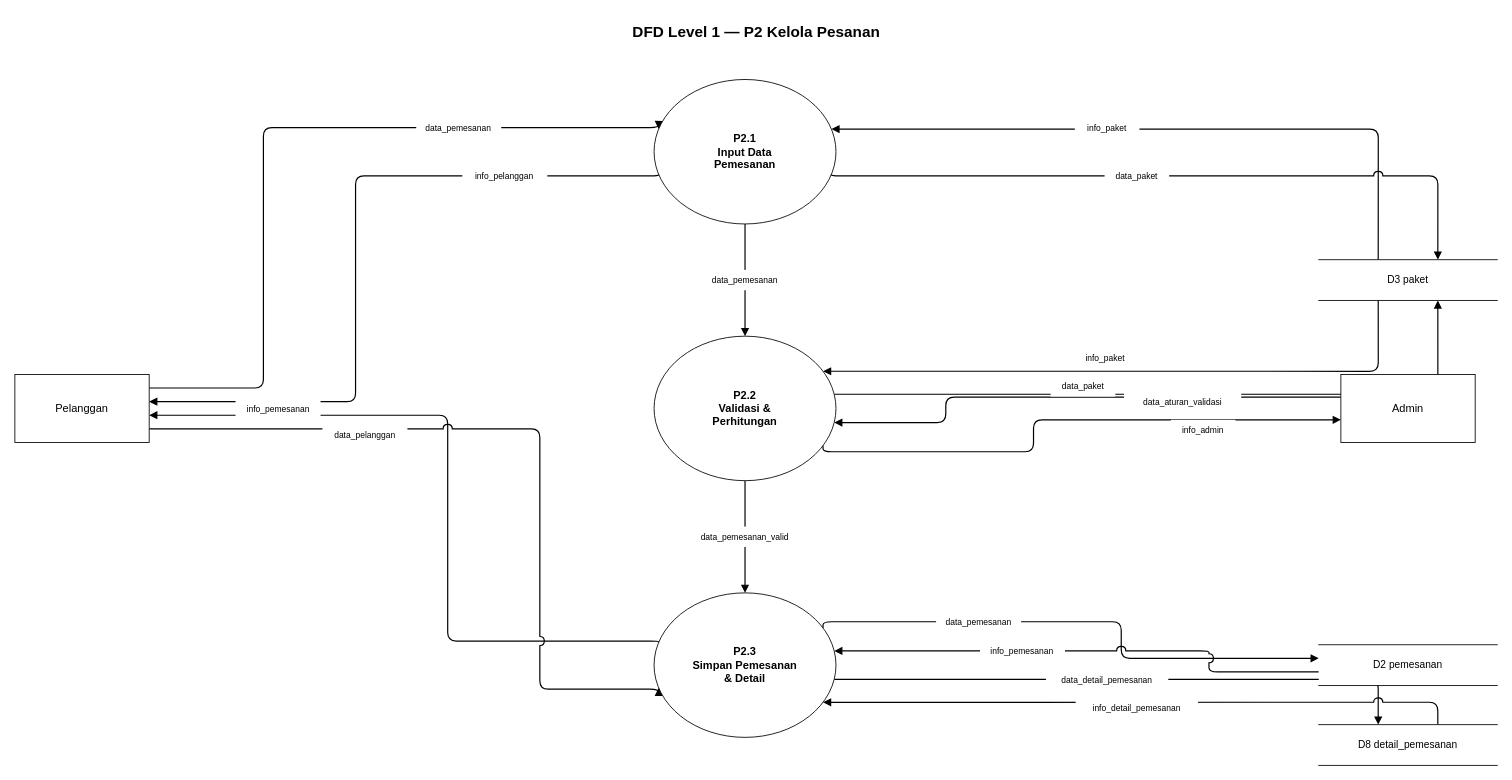
Earlier version of the draw.io diagram generated/dfd_level1_P2.drawio (ryuken25/diagrams). Source tidied: cells renumbered, new cells numbered last; positions are measured from the earlier drawing's top-left corner, leaving out a move shared by most shapes. Both pictures are drawn from the tidied source at 85%, with x=0, y=0 at pixel (14, 14).
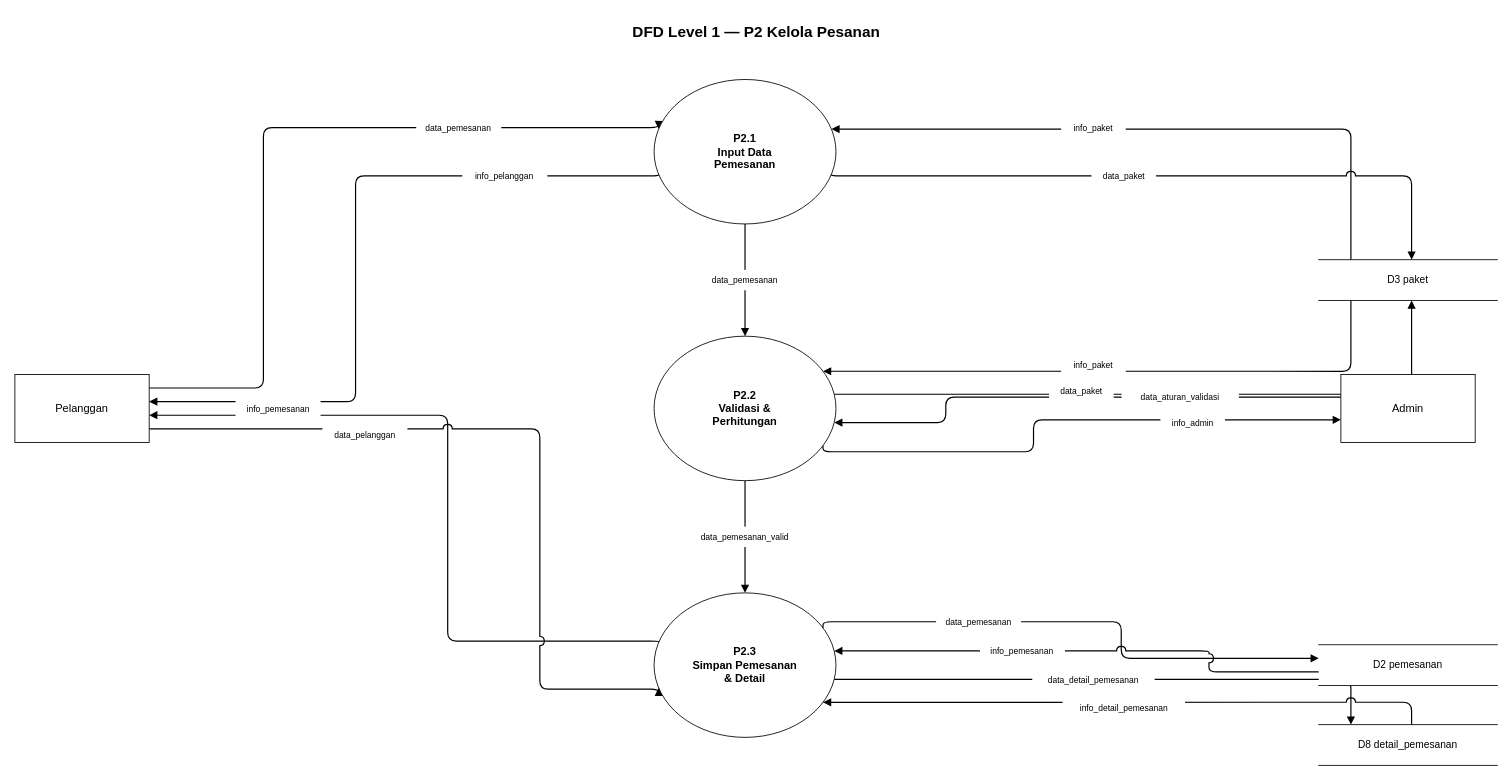
The same diagram, later.

Unchanged cells that the change refers to:
```xml
<mxCell id="18" value="P2.1&#10;Input Data&#10;Pemesanan" style="ellipse;whiteSpace=wrap;html=1;fillColor=#FFFFFF;strokeColor=#000000;fontSize=13;fontStyle=1;verticalAlign=middle;" parent="1" vertex="1">
  <mxGeometry x="752" y="76" width="214" height="170" as="geometry" />
</mxCell>
<mxCell id="19" value="P2.2&#10;Validasi &amp;&#10;Perhitungan" style="ellipse;whiteSpace=wrap;html=1;fillColor=#FFFFFF;strokeColor=#000000;fontSize=13;fontStyle=1;verticalAlign=middle;" parent="1" vertex="1">
  <mxGeometry x="752" y="378" width="214" height="170" as="geometry" />
</mxCell>
<mxCell id="20" value="P2.3&#10;Simpan Pemesanan&#10;&amp; Detail" style="ellipse;whiteSpace=wrap;html=1;fillColor=#FFFFFF;strokeColor=#000000;fontSize=13;fontStyle=1;verticalAlign=middle;" parent="1" vertex="1">
  <mxGeometry x="752" y="680" width="214" height="170" as="geometry" />
</mxCell>
<mxCell id="23" value="D3  paket" style="shape=partialRectangle;top=1;bottom=1;left=0;right=0;whiteSpace=wrap;html=1;fillColor=#FFFFFF;strokeColor=#000000;fontSize=12;align=center;" parent="1" vertex="1">
  <mxGeometry x="1534" y="288" width="210" height="48" as="geometry" />
</mxCell>
<mxCell id="25" value="D8  detail_pemesanan" style="shape=partialRectangle;top=1;bottom=1;left=0;right=0;whiteSpace=wrap;html=1;fillColor=#FFFFFF;strokeColor=#000000;fontSize=12;align=center;" parent="1" vertex="1">
  <mxGeometry x="1534" y="835" width="210" height="48" as="geometry" />
</mxCell>
```

The edit, as a diff of the source:
```diff
@@
-    <mxCell id="8" style="html=1;rounded=1;strokeColor=#000000;strokeWidth=1.4;endArrow=block;startArrow=none;jumpStyle=arc;jumpSize=10;edgeStyle=orthogonalEdgeStyle;exitX=0.333;exitY=0.000;entryX=1.000;entryY=0.333;exitDx=0;exitDy=0;entryDx=0;entryDy=0;" parent="1" edge="1" source="23" target="18">
+    <mxCell id="8" style="html=1;rounded=1;strokeColor=#000000;strokeWidth=1.4;endArrow=block;startArrow=none;jumpStyle=arc;jumpSize=10;edgeStyle=orthogonalEdgeStyle;exitX=0.180;exitY=0.000;entryX=1.000;entryY=0.333;exitDx=0;exitDy=0;entryDx=0;entryDy=0;" parent="1" edge="1" source="23" target="18">
       <mxGeometry relative="1" as="geometry">
         <Array as="points">
-          <mxPoint x="1604" y="288" />
-          <mxPoint x="1604" y="132.7" />
+          <mxPoint x="1571.8" y="288" />
+          <mxPoint x="1571.8" y="132.7" />
         </Array>
       </mxGeometry>
     </mxCell>
-    <mxCell id="9" style="html=1;rounded=1;strokeColor=#000000;strokeWidth=1.4;endArrow=block;startArrow=none;jumpStyle=arc;jumpSize=10;edgeStyle=orthogonalEdgeStyle;exitX=1.000;exitY=0.667;entryX=0.667;entryY=0.000;exitDx=0;exitDy=0;entryDx=0;entryDy=0;" parent="1" edge="1" source="18" target="23">
+    <mxCell id="9" style="html=1;rounded=1;strokeColor=#000000;strokeWidth=1.4;endArrow=block;startArrow=none;jumpStyle=arc;jumpSize=10;edgeStyle=orthogonalEdgeStyle;exitX=1.000;exitY=0.667;entryX=0.520;entryY=0.000;exitDx=0;exitDy=0;entryDx=0;entryDy=0;" parent="1" edge="1" source="18" target="23">
       <mxGeometry relative="1" as="geometry">
         <Array as="points">
-          <mxPoint x="1674" y="189.3" />
-          <mxPoint x="1674" y="288" />
+          <mxPoint x="1643.2" y="189.3" />
+          <mxPoint x="1643.2" y="288" />
         </Array>
       </mxGeometry>
     </mxCell>
-    <mxCell id="10" style="html=1;rounded=1;strokeColor=#000000;strokeWidth=1.4;endArrow=block;startArrow=none;jumpStyle=arc;jumpSize=10;edgeStyle=orthogonalEdgeStyle;exitX=0.333;exitY=1.000;entryX=1.000;entryY=0.200;exitDx=0;exitDy=0;entryDx=0;entryDy=0;" parent="1" edge="1" source="23" target="19">
+    <mxCell id="10" style="html=1;rounded=1;strokeColor=#000000;strokeWidth=1.4;endArrow=block;startArrow=none;jumpStyle=arc;jumpSize=10;edgeStyle=orthogonalEdgeStyle;exitX=0.180;exitY=1.000;entryX=1.000;entryY=0.200;exitDx=0;exitDy=0;entryDx=0;entryDy=0;" parent="1" edge="1" source="23" target="19">
       <mxGeometry relative="1" as="geometry">
         <Array as="points">
-          <mxPoint x="1604" y="336" />
-          <mxPoint x="1604" y="412" />
+          <mxPoint x="1571.8" y="336" />
+          <mxPoint x="1571.8" y="412" />
         </Array>
       </mxGeometry>
     </mxCell>
-    <mxCell id="11" style="html=1;rounded=1;strokeColor=#000000;strokeWidth=1.4;endArrow=block;startArrow=none;jumpStyle=arc;jumpSize=10;edgeStyle=orthogonalEdgeStyle;exitX=1.000;exitY=0.400;entryX=0.667;entryY=1.000;exitDx=0;exitDy=0;entryDx=0;entryDy=0;" parent="1" edge="1" source="19" target="23">
+    <mxCell id="11" style="html=1;rounded=1;strokeColor=#000000;strokeWidth=1.4;endArrow=block;startArrow=none;jumpStyle=arc;jumpSize=10;edgeStyle=orthogonalEdgeStyle;exitX=1.000;exitY=0.400;entryX=0.520;entryY=1.000;exitDx=0;exitDy=0;entryDx=0;entryDy=0;" parent="1" edge="1" source="19" target="23">
       <mxGeometry relative="1" as="geometry">
         <Array as="points">
-          <mxPoint x="1674" y="446" />
-          <mxPoint x="1674" y="336" />
+          <mxPoint x="1643.2" y="446" />
+          <mxPoint x="1643.2" y="336" />
         </Array>
       </mxGeometry>
     </mxCell>
@@
-    <mxCell id="14" style="html=1;rounded=1;strokeColor=#000000;strokeWidth=1.4;endArrow=block;startArrow=none;jumpStyle=arc;jumpSize=10;edgeStyle=orthogonalEdgeStyle;exitX=1.000;exitY=0.600;entryX=0.333;entryY=0.000;exitDx=0;exitDy=0;entryDx=0;entryDy=0;" parent="1" edge="1" source="20" target="25">
+    <mxCell id="14" style="html=1;rounded=1;strokeColor=#000000;strokeWidth=1.4;endArrow=block;startArrow=none;jumpStyle=arc;jumpSize=10;edgeStyle=orthogonalEdgeStyle;exitX=1.000;exitY=0.600;entryX=0.180;entryY=0.000;exitDx=0;exitDy=0;entryDx=0;entryDy=0;" parent="1" edge="1" source="20" target="25">
       <mxGeometry relative="1" as="geometry">
         <Array as="points">
-          <mxPoint x="1604" y="782" />
-          <mxPoint x="1604" y="835" />
+          <mxPoint x="1571.8" y="782" />
+          <mxPoint x="1571.8" y="835" />
         </Array>
       </mxGeometry>
     </mxCell>
-    <mxCell id="15" style="html=1;rounded=1;strokeColor=#000000;strokeWidth=1.4;endArrow=block;startArrow=none;jumpStyle=arc;jumpSize=10;edgeStyle=orthogonalEdgeStyle;exitX=0.667;exitY=0.000;entryX=1.000;entryY=0.800;exitDx=0;exitDy=0;entryDx=0;entryDy=0;" parent="1" edge="1" source="25" target="20">
+    <mxCell id="15" style="html=1;rounded=1;strokeColor=#000000;strokeWidth=1.4;endArrow=block;startArrow=none;jumpStyle=arc;jumpSize=10;edgeStyle=orthogonalEdgeStyle;exitX=0.520;exitY=0.000;entryX=1.000;entryY=0.800;exitDx=0;exitDy=0;entryDx=0;entryDy=0;" parent="1" edge="1" source="25" target="20">
       <mxGeometry relative="1" as="geometry">
         <Array as="points">
-          <mxPoint x="1674" y="835" />
-          <mxPoint x="1674" y="816" />
+          <mxPoint x="1643.2" y="835" />
+          <mxPoint x="1643.2" y="816" />
         </Array>
       </mxGeometry>
     </mxCell>
@@
     <mxCell id="30" value="data_aturan_validasi" style="text;html=1;align=center;verticalAlign=middle;fontSize=10;rounded=0;fillColor=#FFFFFF;strokeColor=none;whiteSpace=wrap;spacing=2;" parent="1" vertex="1">
-      <mxGeometry x="1304.8" y="442.9" width="138" height="24" as="geometry" />
+      <mxGeometry x="1302" y="437.2" width="138" height="24" as="geometry" />
     </mxCell>
     <mxCell id="31" value="info_admin" style="text;html=1;align=center;verticalAlign=middle;fontSize=10;rounded=0;fillColor=#FFFFFF;strokeColor=none;whiteSpace=wrap;spacing=2;" parent="1" vertex="1">
-      <mxGeometry x="1360" y="476.4" width="76" height="24" as="geometry" />
+      <mxGeometry x="1347.7" y="468.1" width="76" height="24" as="geometry" />
     </mxCell>
     <mxCell id="32" value="info_paket" style="text;html=1;align=center;verticalAlign=middle;fontSize=10;rounded=0;fillColor=#FFFFFF;strokeColor=none;whiteSpace=wrap;spacing=2;" parent="1" vertex="1">
-      <mxGeometry x="1247" y="120.7" width="76" height="24" as="geometry" />
+      <mxGeometry x="1230.9" y="120.7" width="76" height="24" as="geometry" />
     </mxCell>
     <mxCell id="33" value="data_paket" style="text;html=1;align=center;verticalAlign=middle;fontSize=10;rounded=0;fillColor=#FFFFFF;strokeColor=none;whiteSpace=wrap;spacing=2;" parent="1" vertex="1">
-      <mxGeometry x="1282" y="177.4" width="76" height="24" as="geometry" />
+      <mxGeometry x="1266.6" y="177.4" width="76" height="24" as="geometry" />
     </mxCell>
     <mxCell id="34" value="info_paket" style="text;html=1;align=center;verticalAlign=middle;fontSize=10;rounded=0;fillColor=#FFFFFF;strokeColor=none;whiteSpace=wrap;spacing=2;" parent="1" vertex="1">
-      <mxGeometry x="1245.4" y="391.5" width="76" height="24" as="geometry" />
+      <mxGeometry x="1230.9" y="400" width="76" height="24" as="geometry" />
     </mxCell>
     <mxCell id="35" value="data_paket" style="text;html=1;align=center;verticalAlign=middle;fontSize=10;rounded=0;fillColor=#FFFFFF;strokeColor=none;whiteSpace=wrap;spacing=2;" parent="1" vertex="1">
-      <mxGeometry x="1218.6" y="425.1" width="76" height="24" as="geometry" />
+      <mxGeometry x="1216.7" y="430.7" width="76" height="24" as="geometry" />
     </mxCell>
@@
     <mxCell id="38" value="data_detail_pemesanan" style="text;html=1;align=center;verticalAlign=middle;fontSize=10;rounded=0;fillColor=#FFFFFF;strokeColor=none;whiteSpace=wrap;spacing=2;" parent="1" vertex="1">
-      <mxGeometry x="1213" y="770" width="144" height="24" as="geometry" />
+      <mxGeometry x="1196.9" y="770" width="144" height="24" as="geometry" />
     </mxCell>
     <mxCell id="39" value="info_detail_pemesanan" style="text;html=1;align=center;verticalAlign=middle;fontSize=10;rounded=0;fillColor=#FFFFFF;strokeColor=none;whiteSpace=wrap;spacing=2;" parent="1" vertex="1">
-      <mxGeometry x="1248" y="804" width="144" height="24" as="geometry" />
+      <mxGeometry x="1232.6" y="804" width="144" height="24" as="geometry" />
     </mxCell>
```
